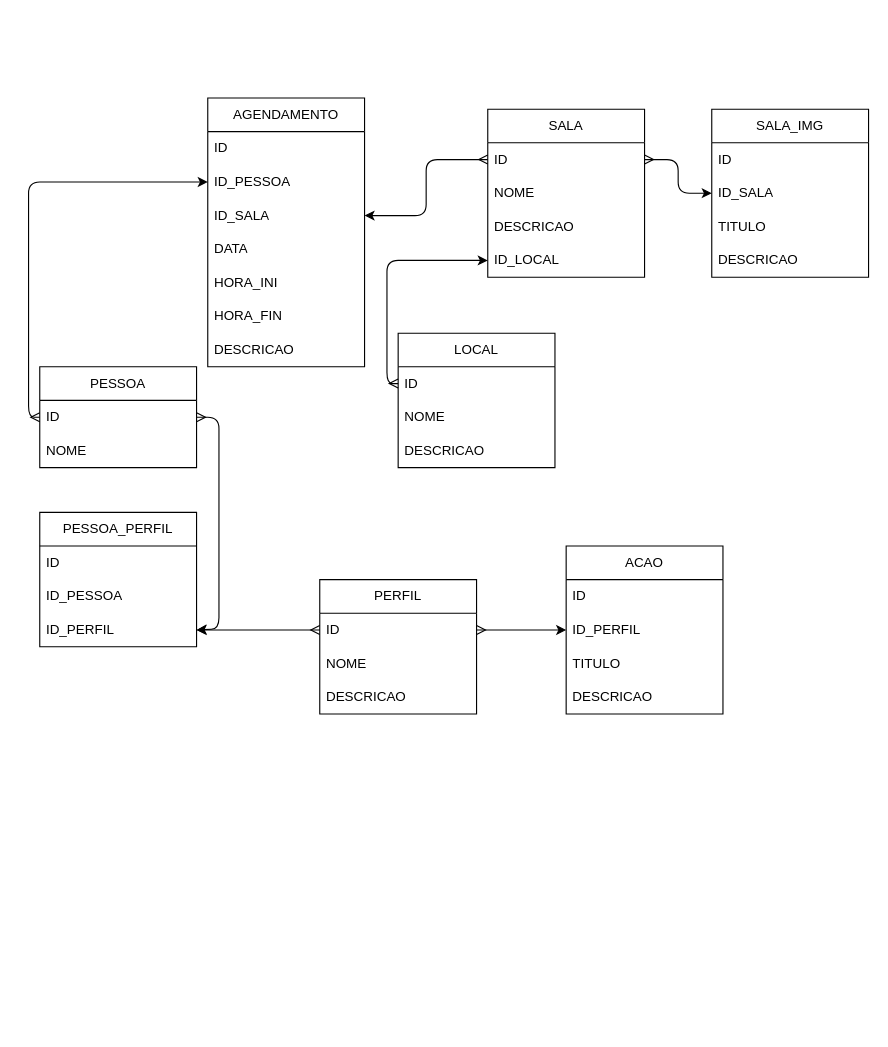
Above: documentacao/Modelagem.drawio in distro104/agenda-classe (draw.io), before the change. Source tidied: cells renumbered, new cells numbered last; positions are measured from the earlier drawing's top-left corner, leaving out a move shared by most shapes. Both pictures are drawn from the tidied source at 112%, with x=0, y=0 at pixel (39, 97).
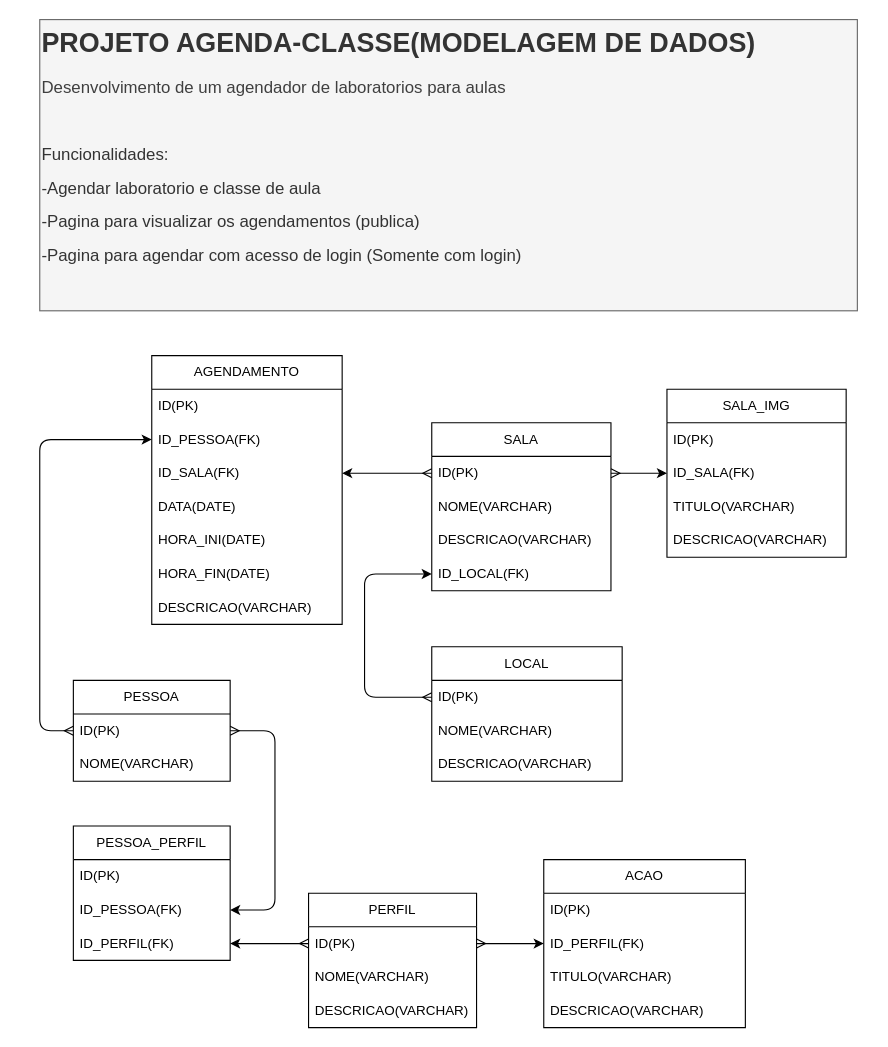
The same page after the edit.

Commit message:
modelagem de daos atualizada

What changed in the source:
```diff
@@
     <mxCell id="2" value="SALA" style="swimlane;fontStyle=0;horizontal=1;startSize=30;whiteSpace=wrap;html=1;" parent="1" vertex="1">
-      <mxGeometry x="400" y="10" width="140" height="150" as="geometry" />
+      <mxGeometry x="350" y="290" width="160" height="150" as="geometry" />
     </mxCell>
-    <mxCell id="3" value="ID" style="text;strokeColor=none;fillColor=none;align=left;verticalAlign=middle;spacingLeft=4;spacingRight=4;overflow=hidden;points=[[0,0.5],[1,0.5]];portConstraint=eastwest;whiteSpace=wrap;html=1;" parent="2" vertex="1">
-      <mxGeometry y="30" width="140" height="30" as="geometry" />
+    <mxCell id="3" value="ID&lt;span style=&quot;color: rgb(0, 0, 0);&quot;&gt;(PK)&lt;/span&gt;" style="text;strokeColor=none;fillColor=none;align=left;verticalAlign=middle;spacingLeft=4;spacingRight=4;overflow=hidden;points=[[0,0.5],[1,0.5]];portConstraint=eastwest;whiteSpace=wrap;html=1;" parent="2" vertex="1">
+      <mxGeometry y="30" width="160" height="30" as="geometry" />
     </mxCell>
-    <mxCell id="4" value="NOME" style="text;strokeColor=none;fillColor=none;align=left;verticalAlign=middle;spacingLeft=4;spacingRight=4;overflow=hidden;whiteSpace=wrap;html=1;" parent="2" vertex="1">
-      <mxGeometry y="60" width="140" height="30" as="geometry" />
+    <mxCell id="4" value="NOME&lt;span style=&quot;color: rgb(0, 0, 0);&quot;&gt;(VARCHAR)&lt;/span&gt;" style="text;strokeColor=none;fillColor=none;align=left;verticalAlign=middle;spacingLeft=4;spacingRight=4;overflow=hidden;whiteSpace=wrap;html=1;" parent="2" vertex="1">
+      <mxGeometry y="60" width="160" height="30" as="geometry" />
     </mxCell>
-    <mxCell id="5" value="DESCRICAO" style="text;strokeColor=none;fillColor=none;align=left;verticalAlign=middle;spacingLeft=4;spacingRight=4;overflow=hidden;whiteSpace=wrap;html=1;" parent="2" vertex="1">
-      <mxGeometry y="90" width="140" height="30" as="geometry" />
+    <mxCell id="5" value="DESCRICAO&lt;span style=&quot;color: rgb(0, 0, 0);&quot;&gt;(VARCHAR)&lt;/span&gt;" style="text;strokeColor=none;fillColor=none;align=left;verticalAlign=middle;spacingLeft=4;spacingRight=4;overflow=hidden;whiteSpace=wrap;html=1;" parent="2" vertex="1">
+      <mxGeometry y="90" width="160" height="30" as="geometry" />
     </mxCell>
-    <mxCell id="6" value="ID_LOCAL" style="text;strokeColor=none;fillColor=none;align=left;verticalAlign=middle;spacingLeft=4;spacingRight=4;overflow=hidden;points=[[0,0.5],[1,0.5]];portConstraint=eastwest;whiteSpace=wrap;html=1;" parent="2" vertex="1">
-      <mxGeometry y="120" width="140" height="30" as="geometry" />
+    <mxCell id="6" value="ID_LOCAL&lt;span style=&quot;color: rgb(0, 0, 0);&quot;&gt;(FK)&lt;/span&gt;" style="text;strokeColor=none;fillColor=none;align=left;verticalAlign=middle;spacingLeft=4;spacingRight=4;overflow=hidden;points=[[0,0.5],[1,0.5]];portConstraint=eastwest;whiteSpace=wrap;html=1;" parent="2" vertex="1">
+      <mxGeometry y="120" width="160" height="30" as="geometry" />
     </mxCell>
     <mxCell id="7" value="LOCAL" style="swimlane;fontStyle=0;horizontal=1;startSize=30;whiteSpace=wrap;html=1;" parent="1" vertex="1">
-      <mxGeometry x="320" y="210" width="140" height="120" as="geometry" />
+      <mxGeometry x="350" y="490" width="170" height="120" as="geometry" />
     </mxCell>
-    <mxCell id="8" value="ID" style="text;strokeColor=none;fillColor=none;align=left;verticalAlign=middle;spacingLeft=4;spacingRight=4;overflow=hidden;points=[[0,0.5],[1,0.5]];portConstraint=eastwest;whiteSpace=wrap;html=1;" parent="7" vertex="1">
-      <mxGeometry y="30" width="140" height="30" as="geometry" />
+    <mxCell id="8" value="ID&lt;span style=&quot;color: rgb(0, 0, 0);&quot;&gt;(PK)&lt;/span&gt;" style="text;strokeColor=none;fillColor=none;align=left;verticalAlign=middle;spacingLeft=4;spacingRight=4;overflow=hidden;points=[[0,0.5],[1,0.5]];portConstraint=eastwest;whiteSpace=wrap;html=1;" parent="7" vertex="1">
+      <mxGeometry y="30" width="170" height="30" as="geometry" />
     </mxCell>
-    <mxCell id="9" value="NOME" style="text;strokeColor=none;fillColor=none;align=left;verticalAlign=middle;spacingLeft=4;spacingRight=4;overflow=hidden;whiteSpace=wrap;html=1;" parent="7" vertex="1">
-      <mxGeometry y="60" width="140" height="30" as="geometry" />
+    <mxCell id="9" value="NOME&lt;span style=&quot;color: rgb(0, 0, 0);&quot;&gt;(VARCHAR)&lt;/span&gt;" style="text;strokeColor=none;fillColor=none;align=left;verticalAlign=middle;spacingLeft=4;spacingRight=4;overflow=hidden;whiteSpace=wrap;html=1;" parent="7" vertex="1">
+      <mxGeometry y="60" width="170" height="30" as="geometry" />
     </mxCell>
-    <mxCell id="10" value="DESCRICAO" style="text;strokeColor=none;fillColor=none;align=left;verticalAlign=middle;spacingLeft=4;spacingRight=4;overflow=hidden;whiteSpace=wrap;html=1;" parent="7" vertex="1">
-      <mxGeometry y="90" width="140" height="30" as="geometry" />
+    <mxCell id="10" value="DESCRICAO&lt;span style=&quot;color: rgb(0, 0, 0);&quot;&gt;(VARCHAR)&lt;/span&gt;" style="text;strokeColor=none;fillColor=none;align=left;verticalAlign=middle;spacingLeft=4;spacingRight=4;overflow=hidden;whiteSpace=wrap;html=1;" parent="7" vertex="1">
+      <mxGeometry y="90" width="170" height="30" as="geometry" />
     </mxCell>
     <mxCell id="11" style="edgeStyle=orthogonalEdgeStyle;html=1;entryX=0;entryY=0.5;entryDx=0;entryDy=0;exitX=0;exitY=0.5;exitDx=0;exitDy=0;startArrow=ERmany;startFill=0;" parent="1" edge="1" source="8" target="6">
-      <mxGeometry relative="1" as="geometry" />
+      <mxGeometry relative="1" as="geometry">
+        <Array as="points">
+          <mxPoint x="290" y="535" />
+          <mxPoint x="290" y="425" />
+        </Array>
+      </mxGeometry>
     </mxCell>
     <mxCell id="12" value="PESSOA" style="swimlane;fontStyle=0;horizontal=1;startSize=30;whiteSpace=wrap;html=1;" parent="1" vertex="1">
-      <mxGeometry y="240" width="140" height="90" as="geometry" />
+      <mxGeometry x="30" y="520" width="140" height="90" as="geometry" />
     </mxCell>
-    <mxCell id="13" value="ID" style="text;strokeColor=none;fillColor=none;align=left;verticalAlign=middle;spacingLeft=4;spacingRight=4;overflow=hidden;points=[[0,0.5],[1,0.5]];portConstraint=eastwest;whiteSpace=wrap;html=1;" parent="12" vertex="1">
+    <mxCell id="13" value="ID&lt;span style=&quot;color: rgb(0, 0, 0);&quot;&gt;(PK)&lt;/span&gt;" style="text;strokeColor=none;fillColor=none;align=left;verticalAlign=middle;spacingLeft=4;spacingRight=4;overflow=hidden;points=[[0,0.5],[1,0.5]];portConstraint=eastwest;whiteSpace=wrap;html=1;" parent="12" vertex="1">
       <mxGeometry y="30" width="140" height="30" as="geometry" />
     </mxCell>
-    <mxCell id="14" value="NOME" style="text;strokeColor=none;fillColor=none;align=left;verticalAlign=middle;spacingLeft=4;spacingRight=4;overflow=hidden;whiteSpace=wrap;html=1;" parent="12" vertex="1">
+    <mxCell id="14" value="NOME(VARCHAR)" style="text;strokeColor=none;fillColor=none;align=left;verticalAlign=middle;spacingLeft=4;spacingRight=4;overflow=hidden;whiteSpace=wrap;html=1;" parent="12" vertex="1">
       <mxGeometry y="60" width="140" height="30" as="geometry" />
     </mxCell>
     <mxCell id="15" value="PERFIL" style="swimlane;fontStyle=0;horizontal=1;startSize=30;whiteSpace=wrap;html=1;" parent="1" vertex="1">
-      <mxGeometry x="250" y="430" width="140" height="120" as="geometry" />
+      <mxGeometry x="240" y="710" width="150" height="120" as="geometry" />
     </mxCell>
-    <mxCell id="16" value="ID" style="text;strokeColor=none;fillColor=none;align=left;verticalAlign=middle;spacingLeft=4;spacingRight=4;overflow=hidden;points=[[0,0.5],[1,0.5]];portConstraint=eastwest;whiteSpace=wrap;html=1;" parent="15" vertex="1">
-      <mxGeometry y="30" width="140" height="30" as="geometry" />
+    <mxCell id="16" value="ID&lt;span style=&quot;color: rgb(0, 0, 0);&quot;&gt;(PK)&lt;/span&gt;" style="text;strokeColor=none;fillColor=none;align=left;verticalAlign=middle;spacingLeft=4;spacingRight=4;overflow=hidden;points=[[0,0.5],[1,0.5]];portConstraint=eastwest;whiteSpace=wrap;html=1;" parent="15" vertex="1">
+      <mxGeometry y="30" width="150" height="30" as="geometry" />
     </mxCell>
-    <mxCell id="17" value="NOME" style="text;strokeColor=none;fillColor=none;align=left;verticalAlign=middle;spacingLeft=4;spacingRight=4;overflow=hidden;whiteSpace=wrap;html=1;" parent="15" vertex="1">
-      <mxGeometry y="60" width="140" height="30" as="geometry" />
+    <mxCell id="17" value="NOME&lt;span style=&quot;color: rgb(0, 0, 0);&quot;&gt;(VARCHAR)&lt;/span&gt;" style="text;strokeColor=none;fillColor=none;align=left;verticalAlign=middle;spacingLeft=4;spacingRight=4;overflow=hidden;whiteSpace=wrap;html=1;" parent="15" vertex="1">
+      <mxGeometry y="60" width="150" height="30" as="geometry" />
     </mxCell>
-    <mxCell id="18" value="DESCRICAO" style="text;strokeColor=none;fillColor=none;align=left;verticalAlign=middle;spacingLeft=4;spacingRight=4;overflow=hidden;whiteSpace=wrap;html=1;" parent="15" vertex="1">
-      <mxGeometry y="90" width="140" height="30" as="geometry" />
+    <mxCell id="18" value="DESCRICAO&lt;span style=&quot;color: rgb(0, 0, 0);&quot;&gt;(VARCHAR)&lt;/span&gt;" style="text;strokeColor=none;fillColor=none;align=left;verticalAlign=middle;spacingLeft=4;spacingRight=4;overflow=hidden;whiteSpace=wrap;html=1;" parent="15" vertex="1">
+      <mxGeometry y="90" width="150" height="30" as="geometry" />
     </mxCell>
     <mxCell id="19" value="PESSOA_PERFIL" style="swimlane;fontStyle=0;horizontal=1;startSize=30;whiteSpace=wrap;html=1;" parent="1" vertex="1">
-      <mxGeometry y="370" width="140" height="120" as="geometry" />
+      <mxGeometry x="30" y="650" width="140" height="120" as="geometry" />
     </mxCell>
-    <mxCell id="20" value="ID" style="text;strokeColor=none;fillColor=none;align=left;verticalAlign=middle;spacingLeft=4;spacingRight=4;overflow=hidden;whiteSpace=wrap;html=1;" parent="19" vertex="1">
+    <mxCell id="20" value="ID&lt;span style=&quot;color: rgb(0, 0, 0);&quot;&gt;(PK)&lt;/span&gt;" style="text;strokeColor=none;fillColor=none;align=left;verticalAlign=middle;spacingLeft=4;spacingRight=4;overflow=hidden;whiteSpace=wrap;html=1;" parent="19" vertex="1">
       <mxGeometry y="30" width="140" height="30" as="geometry" />
     </mxCell>
-    <mxCell id="21" value="ID_PESSOA" style="text;strokeColor=none;fillColor=none;align=left;verticalAlign=middle;spacingLeft=4;spacingRight=4;overflow=hidden;points=[[0,0.5],[1,0.5]];portConstraint=eastwest;whiteSpace=wrap;html=1;" parent="19" vertex="1">
+    <mxCell id="21" value="ID_PESSOA(FK)" style="text;strokeColor=none;fillColor=none;align=left;verticalAlign=middle;spacingLeft=4;spacingRight=4;overflow=hidden;points=[[0,0.5],[1,0.5]];portConstraint=eastwest;whiteSpace=wrap;html=1;" parent="19" vertex="1">
       <mxGeometry y="60" width="140" height="30" as="geometry" />
     </mxCell>
-    <mxCell id="22" value="ID_PERFIL" style="text;strokeColor=none;fillColor=none;align=left;verticalAlign=middle;spacingLeft=4;spacingRight=4;overflow=hidden;points=[[0,0.5],[1,0.5]];portConstraint=eastwest;whiteSpace=wrap;html=1;" parent="19" vertex="1">
+    <mxCell id="22" value="ID_PERFIL&lt;span style=&quot;color: rgb(0, 0, 0);&quot;&gt;(FK)&lt;/span&gt;" style="text;strokeColor=none;fillColor=none;align=left;verticalAlign=middle;spacingLeft=4;spacingRight=4;overflow=hidden;points=[[0,0.5],[1,0.5]];portConstraint=eastwest;whiteSpace=wrap;html=1;" parent="19" vertex="1">
       <mxGeometry y="90" width="140" height="30" as="geometry" />
     </mxCell>
@@
-    <mxCell id="24" style="edgeStyle=orthogonalEdgeStyle;html=1;entryX=1;entryY=0.5;entryDx=0;entryDy=0;startArrow=ERmany;startFill=0;exitX=1;exitY=0.5;exitDx=0;exitDy=0;" parent="1" edge="1" source="13" target="22">
+    <mxCell id="24" style="edgeStyle=orthogonalEdgeStyle;html=1;entryX=1;entryY=0.5;entryDx=0;entryDy=0;startArrow=ERmany;startFill=0;exitX=1;exitY=0.5;exitDx=0;exitDy=0;" parent="1" edge="1" source="13" target="21">
       <mxGeometry relative="1" as="geometry">
         <Array as="points">
-          <mxPoint x="160" y="285" />
-          <mxPoint x="160" y="474" />
+          <mxPoint x="210" y="565" />
+          <mxPoint x="210" y="725" />
         </Array>
       </mxGeometry>
     </mxCell>
     <mxCell id="25" value="AGENDAMENTO" style="swimlane;fontStyle=0;horizontal=1;startSize=30;whiteSpace=wrap;html=1;" parent="1" vertex="1">
-      <mxGeometry x="150" width="140" height="240" as="geometry" />
+      <mxGeometry x="100" y="230" width="170" height="240" as="geometry" />
     </mxCell>
-    <mxCell id="26" value="ID" style="text;strokeColor=none;fillColor=none;align=left;verticalAlign=middle;spacingLeft=4;spacingRight=4;overflow=hidden;whiteSpace=wrap;html=1;" parent="25" vertex="1">
-      <mxGeometry y="30" width="140" height="30" as="geometry" />
+    <mxCell id="26" value="ID(PK)" style="text;strokeColor=none;fillColor=none;align=left;verticalAlign=middle;spacingLeft=4;spacingRight=4;overflow=hidden;whiteSpace=wrap;html=1;" parent="25" vertex="1">
+      <mxGeometry y="30" width="170" height="30" as="geometry" />
     </mxCell>
-    <mxCell id="27" value="ID_PESSOA" style="text;strokeColor=none;fillColor=none;align=left;verticalAlign=middle;spacingLeft=4;spacingRight=4;overflow=hidden;points=[[0,0.5],[1,0.5]];portConstraint=eastwest;whiteSpace=wrap;html=1;" parent="25" vertex="1">
-      <mxGeometry y="60" width="140" height="30" as="geometry" />
+    <mxCell id="27" value="ID_PESSOA(FK)" style="text;strokeColor=none;fillColor=none;align=left;verticalAlign=middle;spacingLeft=4;spacingRight=4;overflow=hidden;points=[[0,0.5],[1,0.5]];portConstraint=eastwest;whiteSpace=wrap;html=1;" parent="25" vertex="1">
+      <mxGeometry y="60" width="170" height="30" as="geometry" />
     </mxCell>
-    <mxCell id="28" value="ID_SALA" style="text;strokeColor=none;fillColor=none;align=left;verticalAlign=middle;spacingLeft=4;spacingRight=4;overflow=hidden;points=[[0,0.5],[1,0.5]];portConstraint=eastwest;whiteSpace=wrap;html=1;" parent="25" vertex="1">
-      <mxGeometry y="90" width="140" height="30" as="geometry" />
+    <mxCell id="28" value="ID_SALA&lt;span style=&quot;color: rgb(0, 0, 0);&quot;&gt;(FK)&lt;/span&gt;" style="text;strokeColor=none;fillColor=none;align=left;verticalAlign=middle;spacingLeft=4;spacingRight=4;overflow=hidden;points=[[0,0.5],[1,0.5]];portConstraint=eastwest;whiteSpace=wrap;html=1;" parent="25" vertex="1">
+      <mxGeometry y="90" width="170" height="30" as="geometry" />
     </mxCell>
-    <mxCell id="29" value="DATA" style="text;strokeColor=none;fillColor=none;align=left;verticalAlign=middle;spacingLeft=4;spacingRight=4;overflow=hidden;whiteSpace=wrap;html=1;" parent="25" vertex="1">
-      <mxGeometry y="120" width="140" height="30" as="geometry" />
+    <mxCell id="29" value="DATA(DATE)" style="text;strokeColor=none;fillColor=none;align=left;verticalAlign=middle;spacingLeft=4;spacingRight=4;overflow=hidden;whiteSpace=wrap;html=1;" parent="25" vertex="1">
+      <mxGeometry y="120" width="170" height="30" as="geometry" />
     </mxCell>
-    <mxCell id="30" value="HORA_INI" style="text;strokeColor=none;fillColor=none;align=left;verticalAlign=middle;spacingLeft=4;spacingRight=4;overflow=hidden;whiteSpace=wrap;html=1;" parent="25" vertex="1">
-      <mxGeometry y="150" width="140" height="30" as="geometry" />
+    <mxCell id="30" value="HORA_INI&lt;span style=&quot;color: rgb(0, 0, 0);&quot;&gt;(DATE)&lt;/span&gt;" style="text;strokeColor=none;fillColor=none;align=left;verticalAlign=middle;spacingLeft=4;spacingRight=4;overflow=hidden;whiteSpace=wrap;html=1;" parent="25" vertex="1">
+      <mxGeometry y="150" width="170" height="30" as="geometry" />
     </mxCell>
-    <mxCell id="31" value="HORA_FIN" style="text;strokeColor=none;fillColor=none;align=left;verticalAlign=middle;spacingLeft=4;spacingRight=4;overflow=hidden;whiteSpace=wrap;html=1;" parent="25" vertex="1">
-      <mxGeometry y="180" width="140" height="30" as="geometry" />
+    <mxCell id="31" value="HORA_FIN&lt;span style=&quot;color: rgb(0, 0, 0);&quot;&gt;(DATE)&lt;/span&gt;" style="text;strokeColor=none;fillColor=none;align=left;verticalAlign=middle;spacingLeft=4;spacingRight=4;overflow=hidden;whiteSpace=wrap;html=1;" parent="25" vertex="1">
+      <mxGeometry y="180" width="170" height="30" as="geometry" />
     </mxCell>
-    <mxCell id="32" value="DESCRICAO" style="text;strokeColor=none;fillColor=none;align=left;verticalAlign=middle;spacingLeft=4;spacingRight=4;overflow=hidden;whiteSpace=wrap;html=1;" parent="25" vertex="1">
-      <mxGeometry y="210" width="140" height="30" as="geometry" />
+    <mxCell id="32" value="DESCRICAO&lt;span style=&quot;color: rgb(0, 0, 0);&quot;&gt;(VARCHAR)&lt;/span&gt;" style="text;strokeColor=none;fillColor=none;align=left;verticalAlign=middle;spacingLeft=4;spacingRight=4;overflow=hidden;whiteSpace=wrap;html=1;" parent="25" vertex="1">
+      <mxGeometry y="210" width="170" height="30" as="geometry" />
     </mxCell>
@@
     <mxCell id="34" style="edgeStyle=orthogonalEdgeStyle;html=1;entryX=0;entryY=0.5;entryDx=0;entryDy=0;startArrow=ERmany;startFill=0;exitX=0;exitY=0.5;exitDx=0;exitDy=0;" parent="1" edge="1" source="13" target="27">
-      <mxGeometry relative="1" as="geometry" />
+      <mxGeometry relative="1" as="geometry">
+        <Array as="points">
+          <mxPoint y="565" />
+          <mxPoint y="305" />
+        </Array>
+      </mxGeometry>
     </mxCell>
     <mxCell id="35" value="ACAO" style="swimlane;fontStyle=0;horizontal=1;startSize=30;whiteSpace=wrap;html=1;" parent="1" vertex="1">
-      <mxGeometry x="470" y="400" width="140" height="150" as="geometry" />
+      <mxGeometry x="450" y="680" width="180" height="150" as="geometry" />
     </mxCell>
-    <mxCell id="36" value="ID" style="text;strokeColor=none;fillColor=none;align=left;verticalAlign=middle;spacingLeft=4;spacingRight=4;overflow=hidden;whiteSpace=wrap;html=1;" parent="35" vertex="1">
-      <mxGeometry y="30" width="140" height="30" as="geometry" />
+    <mxCell id="36" value="ID&lt;span style=&quot;color: rgb(0, 0, 0);&quot;&gt;(PK)&lt;/span&gt;" style="text;strokeColor=none;fillColor=none;align=left;verticalAlign=middle;spacingLeft=4;spacingRight=4;overflow=hidden;whiteSpace=wrap;html=1;" parent="35" vertex="1">
+      <mxGeometry y="30" width="180" height="30" as="geometry" />
     </mxCell>
-    <mxCell id="37" value="ID_PERFIL" style="text;strokeColor=none;fillColor=none;align=left;verticalAlign=middle;spacingLeft=4;spacingRight=4;overflow=hidden;points=[[0,0.5],[1,0.5]];portConstraint=eastwest;whiteSpace=wrap;html=1;" parent="35" vertex="1">
-      <mxGeometry y="60" width="140" height="30" as="geometry" />
+    <mxCell id="37" value="ID_PERFIL&lt;span style=&quot;color: rgb(0, 0, 0);&quot;&gt;(FK)&lt;/span&gt;" style="text;strokeColor=none;fillColor=none;align=left;verticalAlign=middle;spacingLeft=4;spacingRight=4;overflow=hidden;points=[[0,0.5],[1,0.5]];portConstraint=eastwest;whiteSpace=wrap;html=1;" parent="35" vertex="1">
+      <mxGeometry y="60" width="180" height="30" as="geometry" />
     </mxCell>
-    <mxCell id="38" value="TITULO" style="text;strokeColor=none;fillColor=none;align=left;verticalAlign=middle;spacingLeft=4;spacingRight=4;overflow=hidden;whiteSpace=wrap;html=1;" parent="35" vertex="1">
-      <mxGeometry y="90" width="140" height="30" as="geometry" />
+    <mxCell id="38" value="TITULO&lt;span style=&quot;color: rgb(0, 0, 0);&quot;&gt;(VARCHAR)&lt;/span&gt;" style="text;strokeColor=none;fillColor=none;align=left;verticalAlign=middle;spacingLeft=4;spacingRight=4;overflow=hidden;whiteSpace=wrap;html=1;" parent="35" vertex="1">
+      <mxGeometry y="90" width="180" height="30" as="geometry" />
     </mxCell>
-    <mxCell id="39" value="DESCRICAO" style="text;strokeColor=none;fillColor=none;align=left;verticalAlign=middle;spacingLeft=4;spacingRight=4;overflow=hidden;whiteSpace=wrap;html=1;" parent="35" vertex="1">
-      <mxGeometry y="120" width="140" height="30" as="geometry" />
+    <mxCell id="39" value="DESCRICAO&lt;span style=&quot;color: rgb(0, 0, 0);&quot;&gt;(VARCHAR)&lt;/span&gt;" style="text;strokeColor=none;fillColor=none;align=left;verticalAlign=middle;spacingLeft=4;spacingRight=4;overflow=hidden;whiteSpace=wrap;html=1;" parent="35" vertex="1">
+      <mxGeometry y="120" width="180" height="30" as="geometry" />
     </mxCell>
@@
     <mxCell id="41" value="SALA_IMG" style="swimlane;fontStyle=0;horizontal=1;startSize=30;whiteSpace=wrap;html=1;" parent="1" vertex="1">
-      <mxGeometry x="600" y="10" width="140" height="150" as="geometry" />
+      <mxGeometry x="560" y="260" width="160" height="150" as="geometry" />
     </mxCell>
-    <mxCell id="42" value="ID" style="text;strokeColor=none;fillColor=none;align=left;verticalAlign=middle;spacingLeft=4;spacingRight=4;overflow=hidden;whiteSpace=wrap;html=1;" parent="41" vertex="1">
-      <mxGeometry y="30" width="140" height="30" as="geometry" />
+    <mxCell id="42" value="ID&lt;span style=&quot;color: rgb(0, 0, 0);&quot;&gt;(PK)&lt;/span&gt;" style="text;strokeColor=none;fillColor=none;align=left;verticalAlign=middle;spacingLeft=4;spacingRight=4;overflow=hidden;whiteSpace=wrap;html=1;" parent="41" vertex="1">
+      <mxGeometry y="30" width="160" height="30" as="geometry" />
     </mxCell>
-    <mxCell id="43" value="ID_SALA" style="text;strokeColor=none;fillColor=none;align=left;verticalAlign=middle;spacingLeft=4;spacingRight=4;overflow=hidden;points=[[0,0.5],[1,0.5]];portConstraint=eastwest;whiteSpace=wrap;html=1;" parent="41" vertex="1">
-      <mxGeometry y="60" width="140" height="30" as="geometry" />
+    <mxCell id="43" value="ID_SALA&lt;span style=&quot;color: rgb(0, 0, 0);&quot;&gt;(FK)&lt;/span&gt;" style="text;strokeColor=none;fillColor=none;align=left;verticalAlign=middle;spacingLeft=4;spacingRight=4;overflow=hidden;points=[[0,0.5],[1,0.5]];portConstraint=eastwest;whiteSpace=wrap;html=1;" parent="41" vertex="1">
+      <mxGeometry y="60" width="160" height="30" as="geometry" />
     </mxCell>
-    <mxCell id="44" value="TITULO" style="text;strokeColor=none;fillColor=none;align=left;verticalAlign=middle;spacingLeft=4;spacingRight=4;overflow=hidden;whiteSpace=wrap;html=1;" parent="41" vertex="1">
-      <mxGeometry y="90" width="140" height="30" as="geometry" />
+    <mxCell id="44" value="TITULO&lt;span style=&quot;color: rgb(0, 0, 0);&quot;&gt;(VARCHAR)&lt;/span&gt;" style="text;strokeColor=none;fillColor=none;align=left;verticalAlign=middle;spacingLeft=4;spacingRight=4;overflow=hidden;whiteSpace=wrap;html=1;" parent="41" vertex="1">
+      <mxGeometry y="90" width="160" height="30" as="geometry" />
     </mxCell>
-    <mxCell id="45" value="DESCRICAO" style="text;strokeColor=none;fillColor=none;align=left;verticalAlign=middle;spacingLeft=4;spacingRight=4;overflow=hidden;whiteSpace=wrap;html=1;" parent="41" vertex="1">
-      <mxGeometry y="120" width="140" height="30" as="geometry" />
+    <mxCell id="45" value="DESCRICAO&lt;span style=&quot;color: rgb(0, 0, 0);&quot;&gt;(VARCHAR)&lt;/span&gt;" style="text;strokeColor=none;fillColor=none;align=left;verticalAlign=middle;spacingLeft=4;spacingRight=4;overflow=hidden;whiteSpace=wrap;html=1;" parent="41" vertex="1">
+      <mxGeometry y="120" width="160" height="30" as="geometry" />
     </mxCell>
@@
+    <mxCell id="47" value="&lt;h1 style=&quot;margin-top: 0px;&quot;&gt;PROJETO AGENDA-CLASSE(MODELAGEM DE DADOS)&lt;/h1&gt;&lt;p&gt;&lt;span style=&quot;background-color: transparent; color: rgb(63, 63, 63);&quot;&gt;&lt;font style=&quot;font-size: 15px;&quot;&gt;Desenvolvimento de um agendador de laboratorios para aulas&lt;/font&gt;&lt;/span&gt;&lt;/p&gt;&lt;p&gt;&lt;font style=&quot;font-size: 15px;&quot;&gt;&lt;br&gt;&lt;/font&gt;&lt;/p&gt;&lt;p&gt;&lt;font style=&quot;font-size: 15px;&quot;&gt;Funcionalidades:&lt;/font&gt;&lt;/p&gt;&lt;p&gt;&lt;font style=&quot;font-size: 15px;&quot;&gt;-Agendar laboratorio e classe de aula&lt;/font&gt;&lt;/p&gt;&lt;p&gt;&lt;font style=&quot;font-size: 15px;&quot;&gt;-Pagina para visualizar os agendamentos (publica)&lt;/font&gt;&lt;/p&gt;&lt;p&gt;&lt;font style=&quot;font-size: 15px;&quot;&gt;-Pagina para agendar com acesso de login (Somente com login)&lt;/font&gt;&lt;/p&gt;&lt;div&gt;&lt;br&gt;&lt;/div&gt;" style="text;html=1;whiteSpace=wrap;overflow=hidden;rounded=0;fillColor=#f5f5f5;fontColor=#333333;strokeColor=#666666;" parent="1" vertex="1">
+      <mxGeometry y="-70" width="730" height="260" as="geometry" />
+    </mxCell>
```
